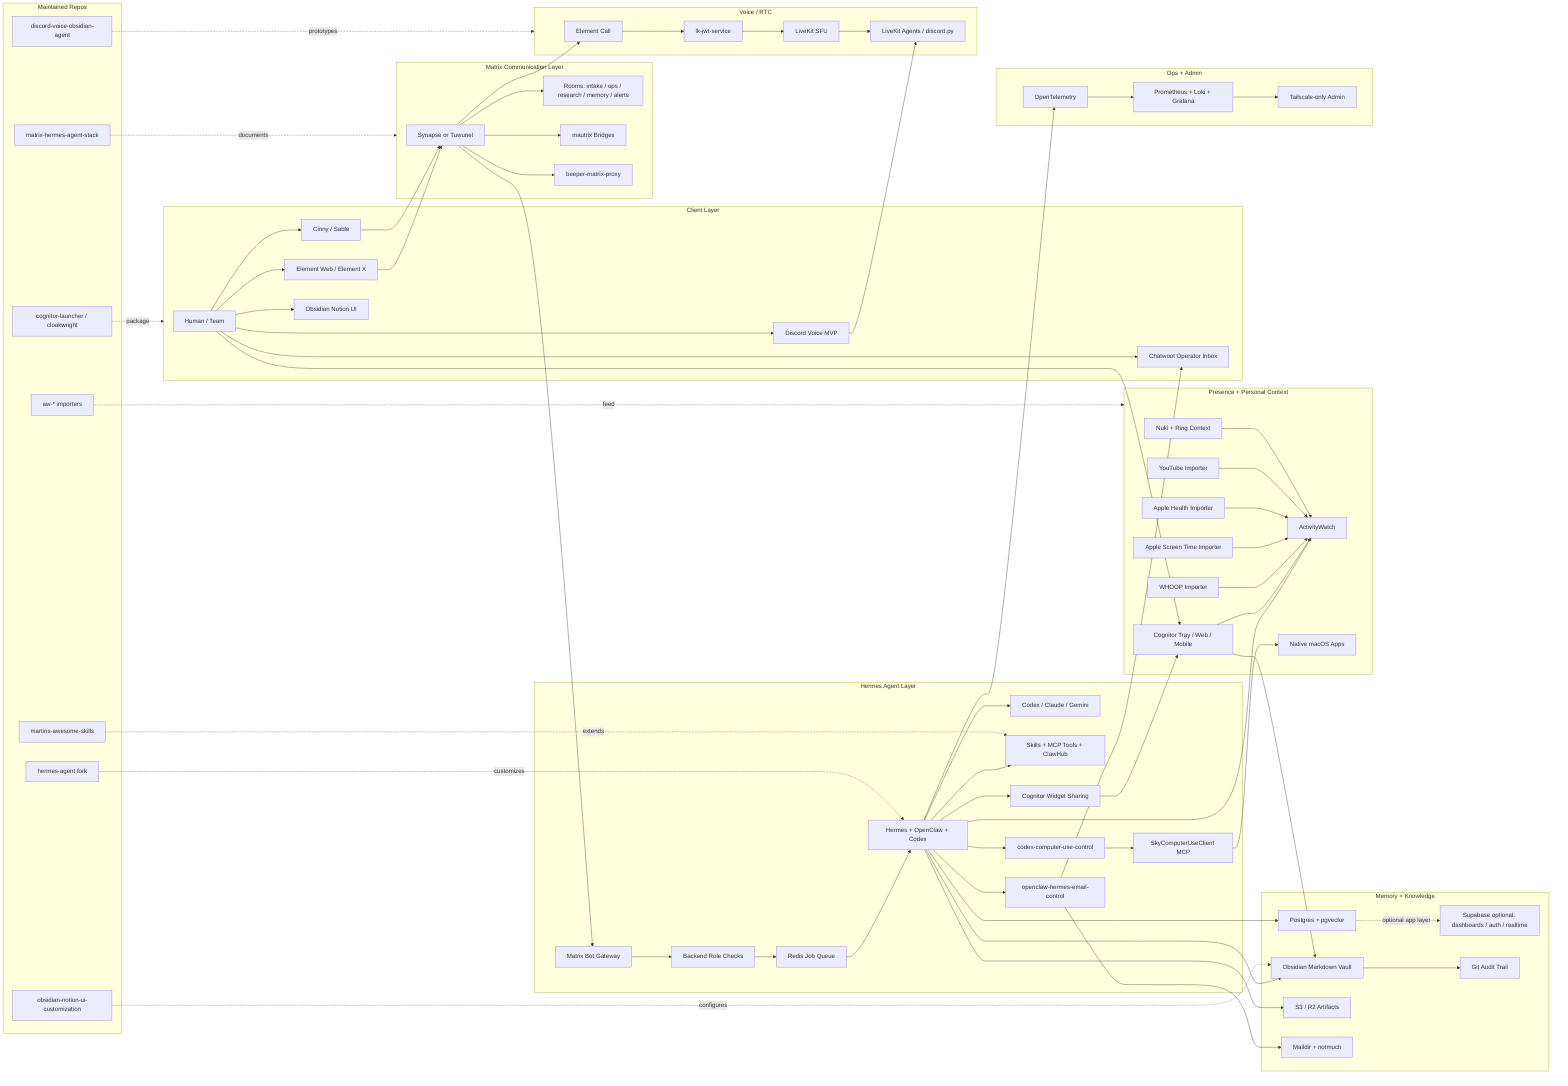
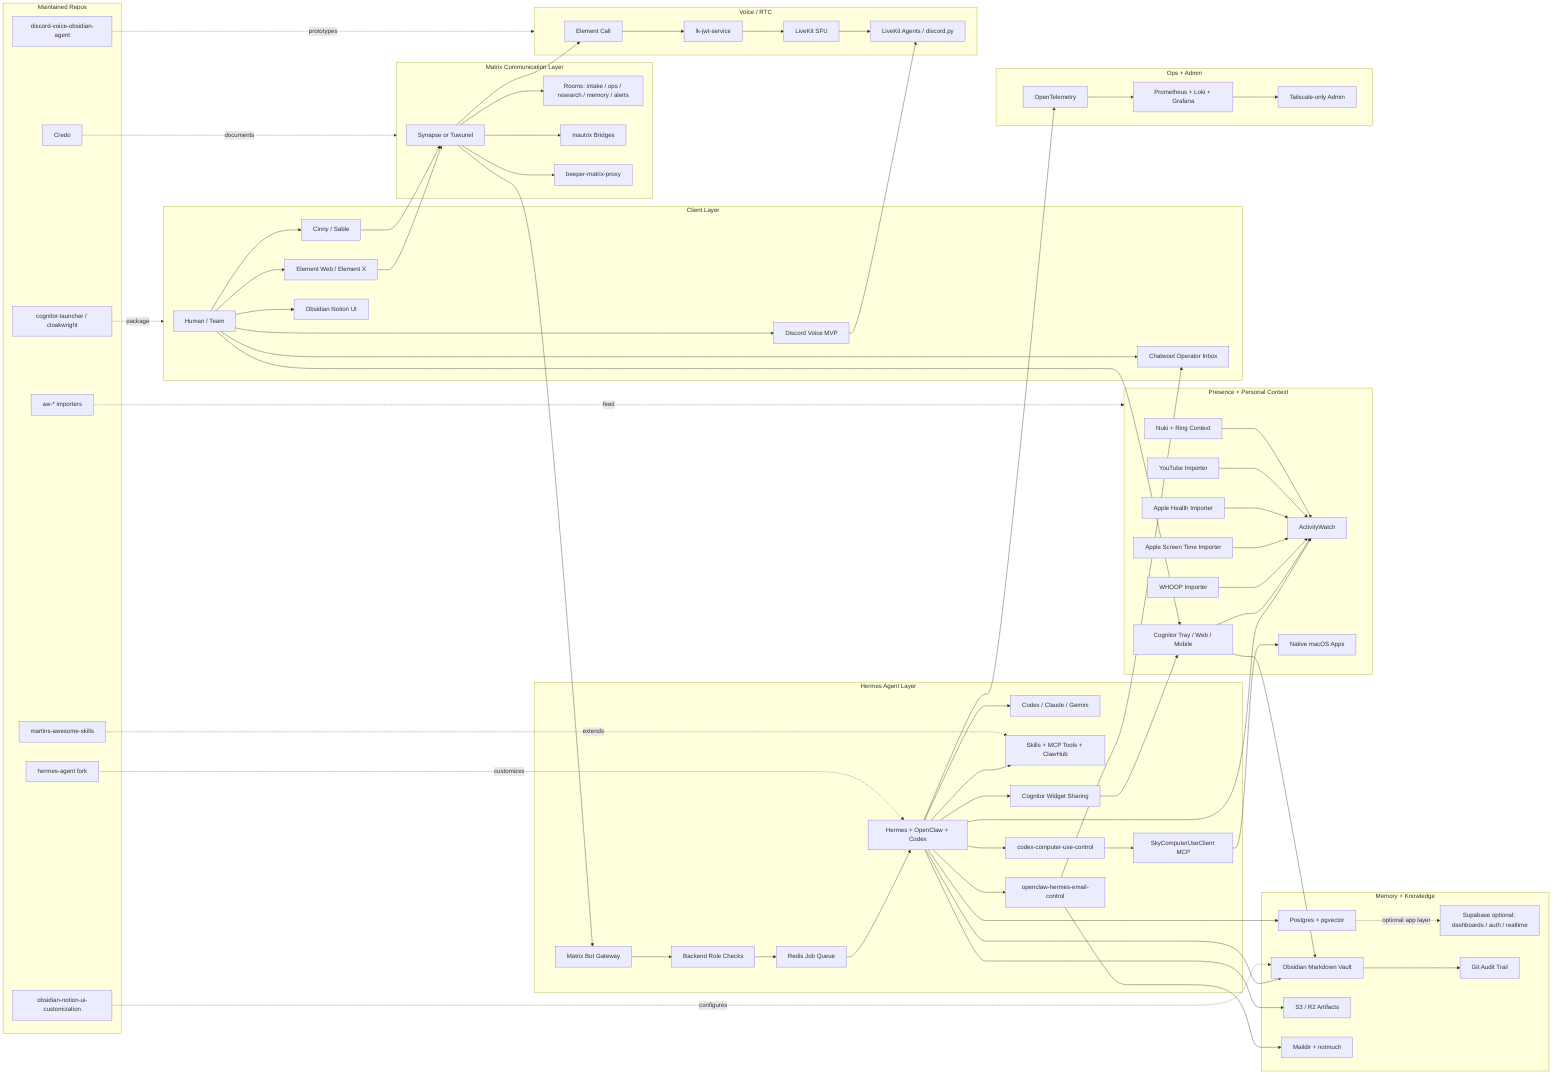
flowchart LR
  subgraph Clients["Client Layer"]
    Human["Human / Team"]
    Element["Element Web / Element X"]
    Cinny["Cinny / Sable"]
    Discord["Discord Voice MVP"]
    ObsidianUI["Obsidian Notion UI"]
    ChatwootUI["Chatwoot Operator Inbox"]
  end

  subgraph MatrixLayer["Matrix Communication Layer"]
    Homeserver["Synapse or Tuwunel"]
    Rooms["Rooms: intake / ops / research / memory / alerts"]
    Bridges["mautrix Bridges"]
    Beeper["beeper-matrix-proxy"]
  end

  subgraph AgentLayer["Hermes Agent Layer"]
    Bot["Matrix Bot Gateway"]
    Authz["Backend Role Checks"]
    Queue["Redis Job Queue"]
    Runtime["Hermes + OpenClaw + Codex"]
    Workers["Codex / Claude / Gemini"]
    Skills["Skills + MCP Tools + ClawHub"]
    EmailCtrl["openclaw-hermes-email-control"]
    WidgetShare["Cognitor Widget Sharing"]
    ComputerUseControl["codex-computer-use-control"]
    SkyClient["SkyComputerUseClient MCP"]
  end

  subgraph KnowledgeLayer["Memory + Knowledge"]
    Postgres["Postgres + pgvector"]
    Supabase["Supabase optional: dashboards / auth / realtime"]
    Vault["Obsidian Markdown Vault"]
    Git["Git Audit Trail"]
    Artifacts["S3 / R2 Artifacts"]
    Maildir["Maildir + notmuch"]
  end

  subgraph ContextLayer["Presence + Personal Context"]
    AW["ActivityWatch"]
    Whoop["WHOOP Importer"]
    ScreenTime["Apple Screen Time Importer"]
    Health["Apple Health Importer"]
    YouTube["YouTube Importer"]
    Door["Nuki + Ring Context"]
    Cognitor["Cognitor Tray / Web / Mobile"]
    NativeUI["Native macOS Apps"]
  end

  subgraph VoiceLayer["Voice / RTC"]
    ElementCall["Element Call"]
    LiveKit["LiveKit SFU"]
    JWT["lk-jwt-service"]
    VoiceAgents["LiveKit Agents / discord.py"]
  end

  subgraph OpsLayer["Ops + Admin"]
    OTel["OpenTelemetry"]
    Metrics["Prometheus + Loki + Grafana"]
    Tail["Tailscale-only Admin"]
  end

  subgraph OwnRepos["Maintained Repos"]
-     StackRepo["matrix-hermes-agent-stack"]
+     StackRepo["Credo"]
    HermesRepo["hermes-agent fork"]
    SkillsRepo["martins-awesome-skills"]
    ObsidianRepo["obsidian-notion-ui-customization"]
    VoiceRepo["discord-voice-obsidian-agent"]
    AWRepos["aw-* importers"]
    CognitorRepos["cognitor-launcher / cloakwright"]
  end

  Human --> Element
  Human --> Cinny
  Human --> Discord
  Human --> ObsidianUI
  Human --> ChatwootUI
  Human --> Cognitor
  Element --> Homeserver
  Cinny --> Homeserver
  Homeserver --> Rooms
  Homeserver --> Bot
  Homeserver --> Bridges
  Homeserver --> Beeper
  Bot --> Authz --> Queue --> Runtime
  Runtime --> Workers
  Runtime --> Skills
  Runtime --> EmailCtrl
  Runtime --> WidgetShare
  Runtime --> ComputerUseControl --> SkyClient --> NativeUI
  EmailCtrl --> ChatwootUI
  EmailCtrl --> Maildir
  WidgetShare --> Cognitor
  Runtime --> Postgres
  Postgres -. optional app layer .-> Supabase
  Runtime --> Vault --> Git
  Runtime --> Artifacts
  Runtime --> AW
  Cognitor --> AW
  Cognitor --> Vault
  Whoop --> AW
  ScreenTime --> AW
  Health --> AW
  YouTube --> AW
  Door --> AW
  Homeserver --> ElementCall --> JWT --> LiveKit --> VoiceAgents
  Discord --> VoiceAgents
  Runtime --> OTel --> Metrics --> Tail
  StackRepo -. documents .-> MatrixLayer
  HermesRepo -. customizes .-> Runtime
  SkillsRepo -. extends .-> Skills
  ObsidianRepo -. configures .-> Vault
  VoiceRepo -. prototypes .-> VoiceLayer
  AWRepos -. feed .-> ContextLayer
  CognitorRepos -. package .-> Clients
